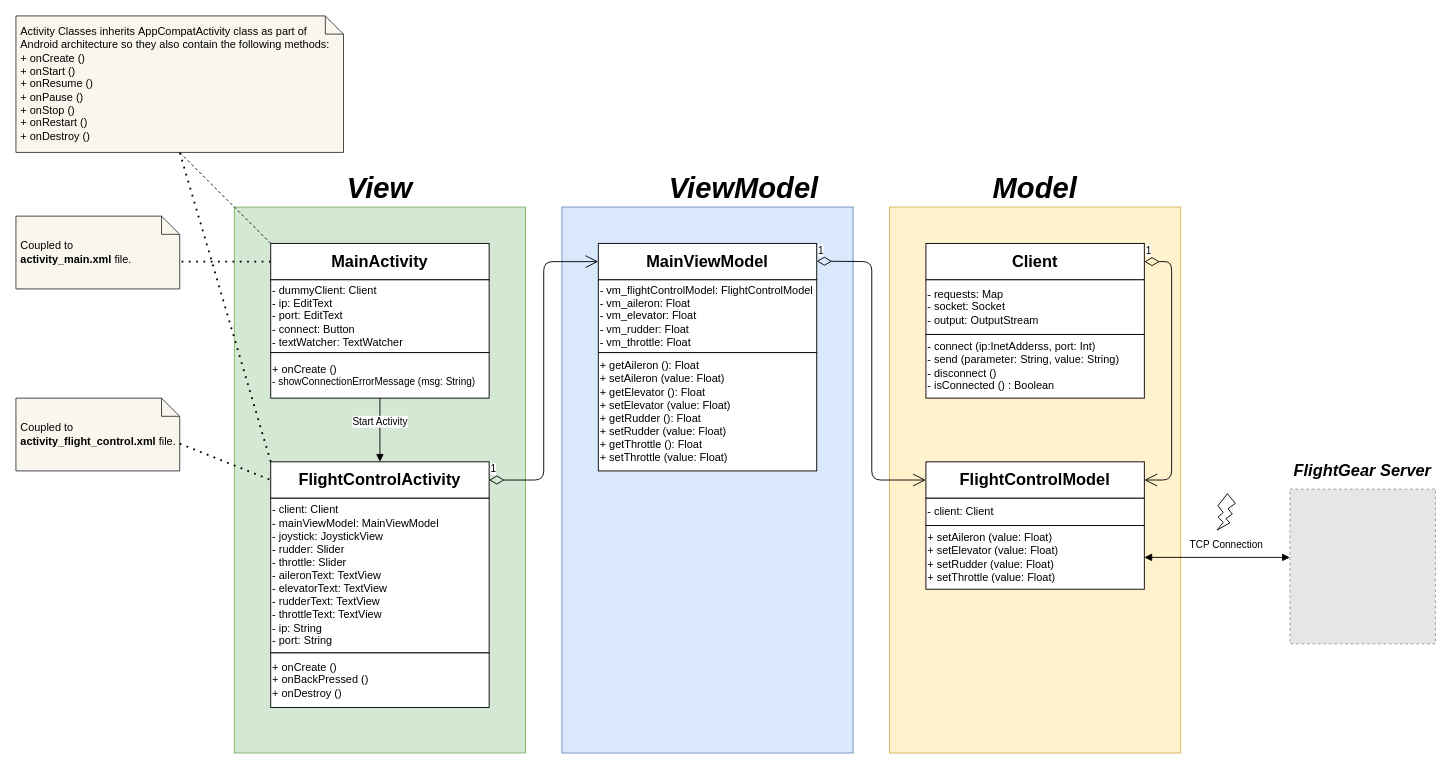
This is UML/FlightControlAppUML.drawio from shlomi1993/FlightSimulatorAndroidApp, a draw.io file, before an edit. Source tidied: cells renumbered, new cells numbered last; positions are measured from the earlier drawing's top-left corner, leaving out a move shared by most shapes. Both pictures are drawn from the tidied source at 91%, with x=0, y=0 at pixel (15, 15). Pictures stored in the file or linked from it are replaced by grey dashed boxes.
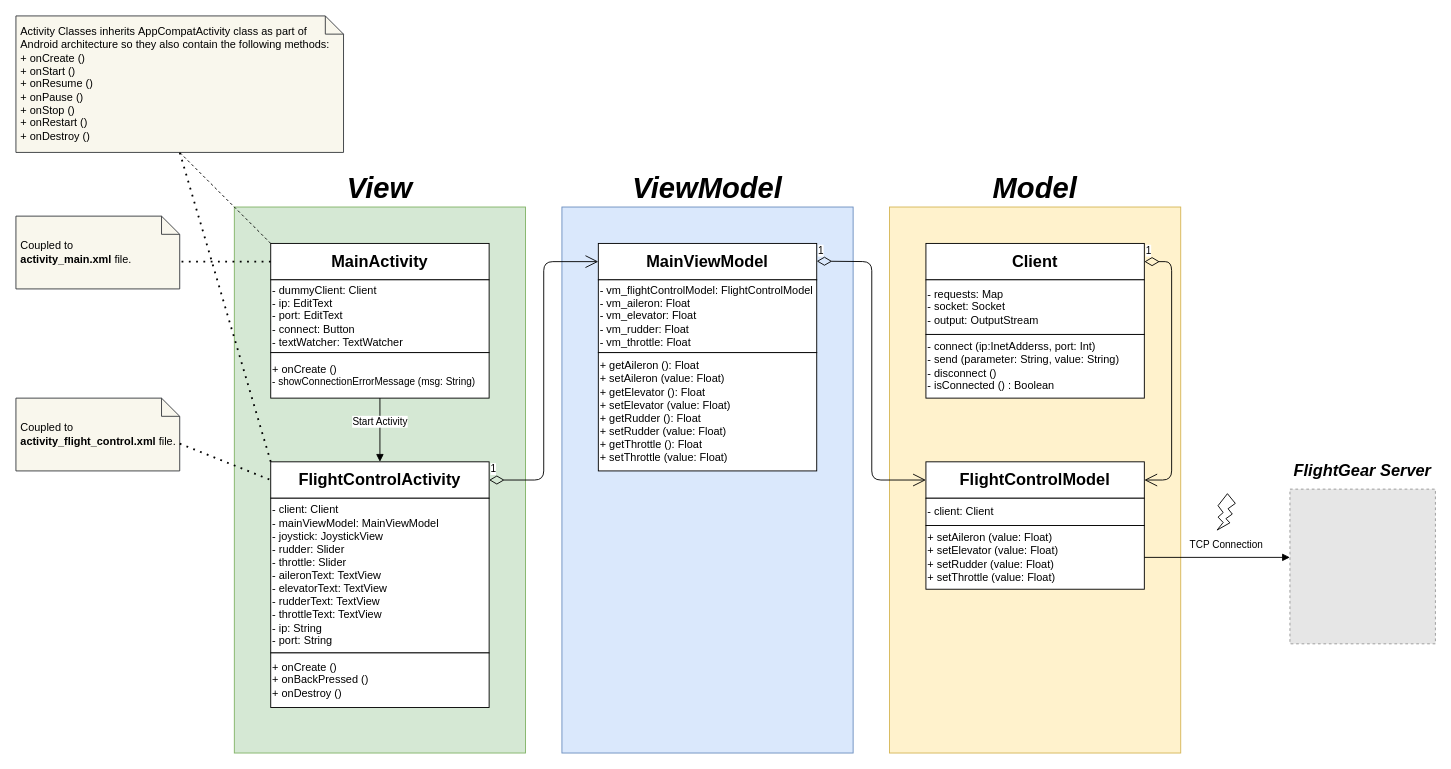
Above is the later version.

Unchanged cells that the change refers to:
```xml
<mxCell id="13" value="&lt;div&gt;&lt;span&gt;+ setAileron (value: Float)&lt;/span&gt;&lt;/div&gt;&lt;div&gt;+ setElevator (value: Float)&lt;/div&gt;&lt;div&gt;+ setRudder (value: Float)&lt;/div&gt;&lt;div&gt;&lt;div&gt;+ setThrottle (value: Float)&lt;/div&gt;&lt;/div&gt;" style="rounded=0;whiteSpace=wrap;html=1;align=left;" parent="1" vertex="1">
  <mxGeometry x="1000" y="560" width="240" height="70" as="geometry" />
</mxCell>
```

The edit, as a diff of the source:
```diff
@@
     <mxCell id="6" value="&lt;font style=&quot;font-size: 32px&quot;&gt;&lt;b&gt;&lt;i&gt;ViewModel&lt;/i&gt;&lt;/b&gt;&lt;/font&gt;" style="text;html=1;strokeColor=none;fillColor=none;align=center;verticalAlign=middle;whiteSpace=wrap;rounded=0;" parent="1" vertex="1">
-      <mxGeometry x="680" y="170" width="240" height="40" as="geometry" />
+      <mxGeometry x="600" y="170" width="320" height="40" as="geometry" />
     </mxCell>
@@
-    <mxCell id="34" value="TCP Connection" style="html=1;verticalAlign=bottom;endArrow=block;entryX=0;entryY=0.5;entryDx=0;entryDy=0;exitX=1;exitY=0.5;exitDx=0;exitDy=0;startArrow=block;startFill=1;" parent="1" edge="1" source="13">
+    <mxCell id="34" value="TCP Connection" style="html=1;verticalAlign=bottom;endArrow=block;entryX=0;entryY=0.5;entryDx=0;entryDy=0;exitX=1;exitY=0.5;exitDx=0;exitDy=0;startArrow=none;startFill=0;" parent="1" edge="1" source="13">
       <mxGeometry x="0.12" y="5" relative="1" as="geometry">
         <mxPoint x="1400" y="595" as="targetPoint" />
       </mxGeometry>
     </mxCell>
```
